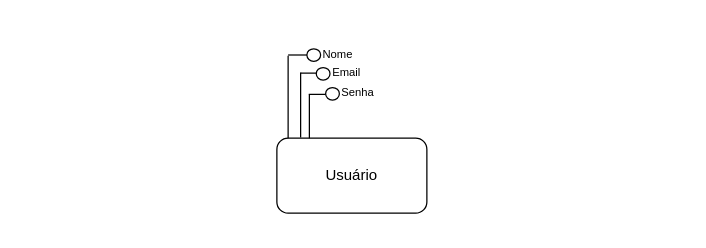
This is Diagrama sem nome.drawio from Scoorpioon/TheGamersDream, a draw.io file, before an edit. Source tidied: cells renumbered, new cells numbered last; positions are measured from the earlier drawing's top-left corner, leaving out a move shared by most shapes. Both pictures are drawn from the tidied source at 125%, with x=0, y=0 at pixel (276, 38).
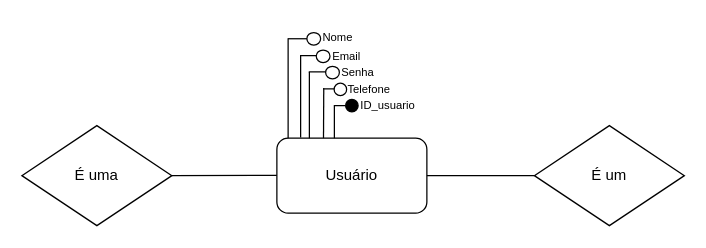
The same diagram, later.

Commit message:
Usuário e relacionamento

The change refers to these unchanged cells:
```xml
<mxCell id="9" style="group;" parent="1" vertex="1">
  <mxGeometry x="46" y="36.5" width="60" height="43.5" as="geometry" />
</mxCell>
```

Diff of the diagram source:
```diff
@@
     <mxCell id="3" style="group;" parent="1" vertex="1">
-      <mxGeometry x="9" width="60" height="28.5" as="geometry" />
+      <mxGeometry x="9" y="-13" width="60" height="28.5" as="geometry" />
     </mxCell>
@@
-    <mxCell id="7" style="ellipse;whiteSpace=wrap;html=1;strokeWidth=1;fillStyle=auto;" parent="3" vertex="1">
-      <mxGeometry x="22.5" y="23.5" width="11" height="10" as="geometry" />
-    </mxCell>
     <mxCell id="8" style="endArrow=none;html=1;rounded=0;" parent="1" edge="1">
       <mxGeometry relative="1" as="geometry">
         <mxPoint x="9" y="80" as="sourcePoint" />
-        <mxPoint x="9" y="14" as="targetPoint" />
+        <mxPoint x="9" as="targetPoint" />
       </mxGeometry>
     </mxCell>
@@
     <mxCell id="10" style="endArrow=none;html=1;rounded=0;" parent="9" edge="1">
       <mxGeometry relative="1" as="geometry">
         <mxPoint x="-27" y="43" as="sourcePoint" />
-        <mxPoint x="-27" y="-9" as="targetPoint" />
+        <mxPoint x="-27" y="-23" as="targetPoint" />
       </mxGeometry>
     </mxCell>
     <mxCell id="11" value="Email" style="text;html=1;align=center;verticalAlign=middle;whiteSpace=wrap;rounded=0;fontSize=9;" parent="9" vertex="1">
-      <mxGeometry x="-10" y="-21.5" width="40" height="25" as="geometry" />
+      <mxGeometry x="-10" y="-34.5" width="40" height="25" as="geometry" />
     </mxCell>
     <mxCell id="12" style="ellipse;whiteSpace=wrap;html=1;strokeWidth=1;fillStyle=auto;" parent="9" vertex="1">
-      <mxGeometry x="-7" y="3" width="11" height="10" as="geometry" />
+      <mxGeometry x="-7" y="-14" width="11" height="10" as="geometry" />
     </mxCell>
     <mxCell id="13" value="Senha" style="text;html=1;align=center;verticalAlign=middle;whiteSpace=wrap;rounded=0;fontSize=9;" parent="9" vertex="1">
-      <mxGeometry x="-1" y="-5.5" width="40" height="25" as="geometry" />
+      <mxGeometry x="-1" y="-21.5" width="40" height="25" as="geometry" />
     </mxCell>
+    <mxCell id="17" style="endArrow=none;html=1;rounded=0;" parent="9" edge="1">
+      <mxGeometry relative="1" as="geometry">
+        <mxPoint y="43.5" as="sourcePoint" />
+        <mxPoint y="17" as="targetPoint" />
+      </mxGeometry>
+    </mxCell>
     <mxCell id="14" style="endArrow=none;html=1;rounded=0;entryX=0;entryY=0.5;entryDx=0;entryDy=0;" parent="1" edge="1">
       <mxGeometry relative="1" as="geometry">
-        <mxPoint x="19" y="28" as="sourcePoint" />
-        <mxPoint x="32" y="28" as="targetPoint" />
+        <mxPoint x="19" y="14" as="sourcePoint" />
+        <mxPoint x="32" y="14" as="targetPoint" />
       </mxGeometry>
     </mxCell>
     <mxCell id="15" style="endArrow=none;html=1;rounded=0;" parent="1" edge="1">
       <mxGeometry relative="1" as="geometry">
         <mxPoint x="26" y="80" as="sourcePoint" />
-        <mxPoint x="26" y="45" as="targetPoint" />
+        <mxPoint x="26" y="27" as="targetPoint" />
       </mxGeometry>
     </mxCell>
     <mxCell id="16" style="endArrow=none;html=1;rounded=0;" parent="1" edge="1">
       <mxGeometry relative="1" as="geometry">
-        <mxPoint x="25.5" y="45" as="sourcePoint" />
-        <mxPoint x="39" y="45" as="targetPoint" />
+        <mxPoint x="25.5" y="27" as="sourcePoint" />
+        <mxPoint x="39" y="27" as="targetPoint" />
       </mxGeometry>
     </mxCell>
+    <mxCell id="18" style="group;" parent="1" vertex="1">
+      <mxGeometry x="-74" y="30" width="163.5" height="50" as="geometry" />
+    </mxCell>
+    <mxCell id="19" style="ellipse;whiteSpace=wrap;html=1;strokeWidth=1;fillStyle=auto;" parent="18" vertex="1">
+      <mxGeometry x="119.8" y="6" width="10" height="10" as="geometry" />
+    </mxCell>
+    <mxCell id="20" value="Telefone" style="text;html=1;align=center;verticalAlign=middle;whiteSpace=wrap;rounded=0;fontSize=9;" parent="18" vertex="1">
+      <mxGeometry x="135.4" y="3" width="26.1" height="15.3" as="geometry" />
+    </mxCell>
+    <mxCell id="21" style="endArrow=none;html=1;rounded=0;" parent="18" edge="1">
+      <mxGeometry relative="1" as="geometry">
+        <mxPoint x="111.3" y="50" as="sourcePoint" />
+        <mxPoint x="111.5" y="10" as="targetPoint" />
+      </mxGeometry>
+    </mxCell>
+    <mxCell id="22" style="endArrow=none;html=1;rounded=0;" parent="18" edge="1">
+      <mxGeometry relative="1" as="geometry">
+        <mxPoint x="111" y="10.6" as="sourcePoint" />
+        <mxPoint x="119.8" y="10.6" as="targetPoint" />
+      </mxGeometry>
+    </mxCell>
+    <mxCell id="7" style="ellipse;whiteSpace=wrap;html=1;strokeWidth=1;fillStyle=auto;" parent="1" vertex="1">
+      <mxGeometry x="31.5" y="9.5" width="11" height="10" as="geometry" />
+    </mxCell>
+    <mxCell id="23" style="endArrow=none;html=1;rounded=0;" parent="1" edge="1">
+      <mxGeometry relative="1" as="geometry">
+        <mxPoint x="46" y="54" as="sourcePoint" />
+        <mxPoint x="54.8" y="54" as="targetPoint" />
+      </mxGeometry>
+    </mxCell>
+    <mxCell id="24" style="ellipse;whiteSpace=wrap;html=1;strokeWidth=1;fillStyle=auto;fillColor=#000000;strokeColor=#000000;" parent="1" vertex="1">
+      <mxGeometry x="55" y="49" width="10" height="10" as="geometry" />
+    </mxCell>
+    <mxCell id="25" value="ID_usuario" style="text;html=1;align=center;verticalAlign=middle;whiteSpace=wrap;rounded=0;fontSize=9;" parent="1" vertex="1">
+      <mxGeometry x="76" y="46" width="26.1" height="15.3" as="geometry" />
+    </mxCell>
+    <mxCell id="26" style="endArrow=none;html=1;rounded=0;" parent="1" edge="1">
+      <mxGeometry relative="1" as="geometry">
+        <mxPoint x="-84" y="110" as="sourcePoint" />
+        <mxPoint y="109.8" as="targetPoint" />
+      </mxGeometry>
+    </mxCell>
+    <mxCell id="27" style="endArrow=none;html=1;rounded=0;" parent="1" edge="1">
+      <mxGeometry relative="1" as="geometry">
+        <mxPoint x="120" y="110" as="sourcePoint" />
+        <mxPoint x="206" y="110" as="targetPoint" />
+      </mxGeometry>
+    </mxCell>
+    <mxCell id="28" value="É uma" style="rhombus;whiteSpace=wrap;html=1;" parent="1" vertex="1">
+      <mxGeometry x="-204" y="70" width="120" height="80" as="geometry" />
+    </mxCell>
+    <mxCell id="29" value="É um" style="rhombus;whiteSpace=wrap;html=1;" parent="1" vertex="1">
+      <mxGeometry x="206" y="70" width="120" height="80" as="geometry" />
+    </mxCell>
```
